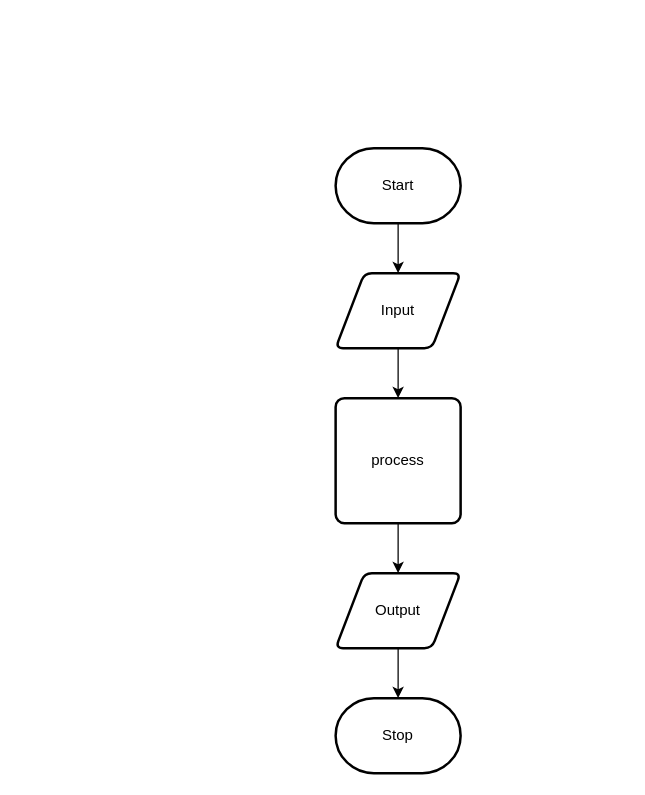
Earlier version of the draw.io diagram design/flow-chart.drawio (sam-corbett/ICS2O-Unit5-01). Source tidied: cells renumbered, new cells numbered last; positions are measured from the earlier drawing's top-left corner, leaving out a move shared by most shapes. Both pictures are drawn from the tidied source at 125%, with x=0, y=0 at pixel (335, 148).
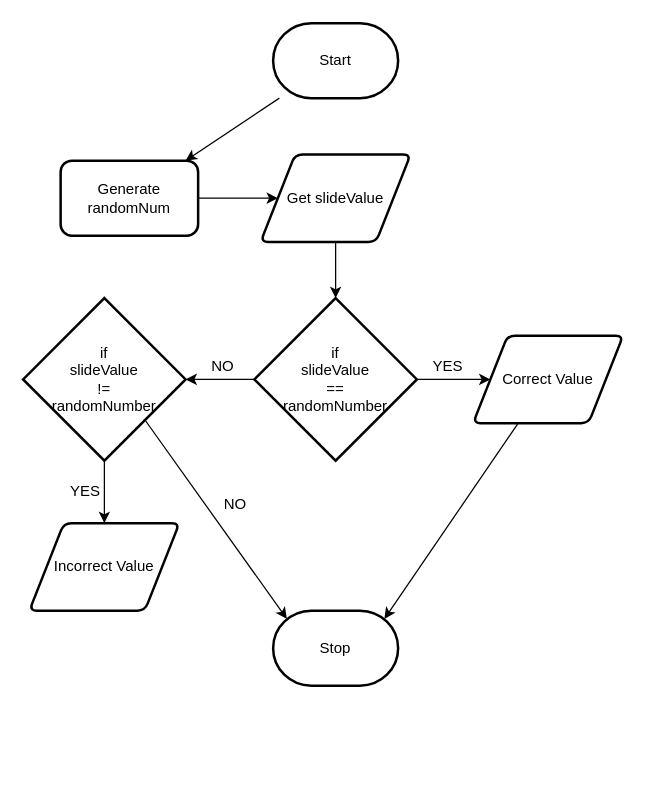
After the change.

Change to the diagram source:
```diff
@@
-    <mxCell id="2" style="edgeStyle=none;html=1;" parent="1" edge="1" source="3" target="5">
-      <mxGeometry relative="1" as="geometry" />
-    </mxCell>
+    <mxCell id="11" style="edgeStyle=none;html=1;" parent="1" edge="1" source="3" target="13">
+      <mxGeometry relative="1" as="geometry" />
+    </mxCell>
     <mxCell id="3" value="Start" style="strokeWidth=2;html=1;shape=mxgraph.flowchart.terminator;whiteSpace=wrap;" parent="1" vertex="1">
-      <mxGeometry width="100" height="60" as="geometry" />
+      <mxGeometry x="-50" y="-100" width="100" height="60" as="geometry" />
     </mxCell>
-    <mxCell id="4" style="edgeStyle=none;html=1;" parent="1" edge="1" source="5" target="7">
-      <mxGeometry relative="1" as="geometry" />
-    </mxCell>
-    <mxCell id="5" value="Input" style="shape=parallelogram;html=1;strokeWidth=2;perimeter=parallelogramPerimeter;whiteSpace=wrap;rounded=1;arcSize=12;size=0.23;" parent="1" vertex="1">
-      <mxGeometry y="100" width="100" height="60" as="geometry" />
-    </mxCell>
-    <mxCell id="6" style="edgeStyle=none;html=1;" parent="1" edge="1" source="7" target="9">
-      <mxGeometry relative="1" as="geometry" />
-    </mxCell>
-    <mxCell id="7" value="process" style="rounded=1;whiteSpace=wrap;html=1;absoluteArcSize=1;arcSize=14;strokeWidth=2;" parent="1" vertex="1">
-      <mxGeometry y="200" width="100" height="100" as="geometry" />
-    </mxCell>
-    <mxCell id="8" style="edgeStyle=none;html=1;" parent="1" edge="1" source="9" target="10">
-      <mxGeometry relative="1" as="geometry" />
-    </mxCell>
-    <mxCell id="9" value="Output" style="shape=parallelogram;html=1;strokeWidth=2;perimeter=parallelogramPerimeter;whiteSpace=wrap;rounded=1;arcSize=12;size=0.23;" parent="1" vertex="1">
-      <mxGeometry y="340" width="100" height="60" as="geometry" />
-    </mxCell>
+    <mxCell id="12" style="edgeStyle=none;html=1;" parent="1" edge="1" source="13" target="15">
+      <mxGeometry relative="1" as="geometry" />
+    </mxCell>
+    <mxCell id="13" value="Generate randomNum" style="rounded=1;whiteSpace=wrap;html=1;strokeWidth=2;" parent="1" vertex="1">
+      <mxGeometry x="-220" y="10" width="110" height="60" as="geometry" />
+    </mxCell>
+    <mxCell id="14" style="edgeStyle=none;html=1;" parent="1" edge="1" source="15" target="18">
+      <mxGeometry relative="1" as="geometry" />
+    </mxCell>
+    <mxCell id="15" value="Get slideValue" style="shape=parallelogram;html=1;strokeWidth=2;perimeter=parallelogramPerimeter;whiteSpace=wrap;rounded=1;arcSize=12;size=0.23;" parent="1" vertex="1">
+      <mxGeometry x="-60" y="5" width="120" height="70" as="geometry" />
+    </mxCell>
+    <mxCell id="16" style="edgeStyle=none;html=1;" parent="1" edge="1" source="18" target="20">
+      <mxGeometry relative="1" as="geometry" />
+    </mxCell>
+    <mxCell id="17" style="edgeStyle=none;html=1;" parent="1" edge="1" source="18" target="24">
+      <mxGeometry relative="1" as="geometry" />
+    </mxCell>
+    <mxCell id="18" value="if&lt;br&gt;slideValue&lt;br&gt;==&lt;br&gt;randomNumber" style="rhombus;whiteSpace=wrap;html=1;strokeWidth=2;" parent="1" vertex="1">
+      <mxGeometry x="-65" y="120" width="130" height="130" as="geometry" />
+    </mxCell>
+    <mxCell id="19" style="edgeStyle=none;html=1;entryX=0.89;entryY=0.11;entryDx=0;entryDy=0;entryPerimeter=0;" parent="1" edge="1" source="20" target="10">
+      <mxGeometry relative="1" as="geometry" />
+    </mxCell>
+    <mxCell id="20" value="Correct Value" style="shape=parallelogram;html=1;strokeWidth=2;perimeter=parallelogramPerimeter;whiteSpace=wrap;rounded=1;arcSize=12;size=0.23;" parent="1" vertex="1">
+      <mxGeometry x="110" y="150" width="120" height="70" as="geometry" />
+    </mxCell>
+    <mxCell id="21" value="YES" style="text;html=1;strokeColor=none;fillColor=none;align=center;verticalAlign=middle;whiteSpace=wrap;rounded=0;" parent="1" vertex="1">
+      <mxGeometry x="60" y="160" width="60" height="30" as="geometry" />
+    </mxCell>
+    <mxCell id="22" style="edgeStyle=none;html=1;" parent="1" edge="1" source="24" target="26">
+      <mxGeometry relative="1" as="geometry" />
+    </mxCell>
+    <mxCell id="23" style="edgeStyle=none;html=1;exitX=1;exitY=1;exitDx=0;exitDy=0;entryX=0.11;entryY=0.11;entryDx=0;entryDy=0;entryPerimeter=0;" parent="1" edge="1" source="24" target="10">
+      <mxGeometry relative="1" as="geometry" />
+    </mxCell>
+    <mxCell id="24" value="if&lt;br&gt;slideValue&lt;br&gt;!=&lt;br&gt;randomNumber" style="rhombus;whiteSpace=wrap;html=1;strokeWidth=2;" parent="1" vertex="1">
+      <mxGeometry x="-250" y="120" width="130" height="130" as="geometry" />
+    </mxCell>
+    <mxCell id="25" value="NO" style="text;html=1;strokeColor=none;fillColor=none;align=center;verticalAlign=middle;whiteSpace=wrap;rounded=0;" parent="1" vertex="1">
+      <mxGeometry x="-120" y="160" width="60" height="30" as="geometry" />
+    </mxCell>
     <mxCell id="10" value="Stop" style="strokeWidth=2;html=1;shape=mxgraph.flowchart.terminator;whiteSpace=wrap;" parent="1" vertex="1">
-      <mxGeometry y="440" width="100" height="60" as="geometry" />
+      <mxGeometry x="-50" y="370" width="100" height="60" as="geometry" />
     </mxCell>
+    <mxCell id="26" value="Incorrect Value" style="shape=parallelogram;html=1;strokeWidth=2;perimeter=parallelogramPerimeter;whiteSpace=wrap;rounded=1;arcSize=12;size=0.23;" parent="1" vertex="1">
+      <mxGeometry x="-245" y="300" width="120" height="70" as="geometry" />
+    </mxCell>
+    <mxCell id="27" value="YES" style="text;html=1;strokeColor=none;fillColor=none;align=center;verticalAlign=middle;whiteSpace=wrap;rounded=0;" parent="1" vertex="1">
+      <mxGeometry x="-230" y="260" width="60" height="30" as="geometry" />
+    </mxCell>
+    <mxCell id="28" value="NO" style="text;html=1;strokeColor=none;fillColor=none;align=center;verticalAlign=middle;whiteSpace=wrap;rounded=0;" parent="1" vertex="1">
+      <mxGeometry x="-110" y="270" width="60" height="30" as="geometry" />
+    </mxCell>
```
